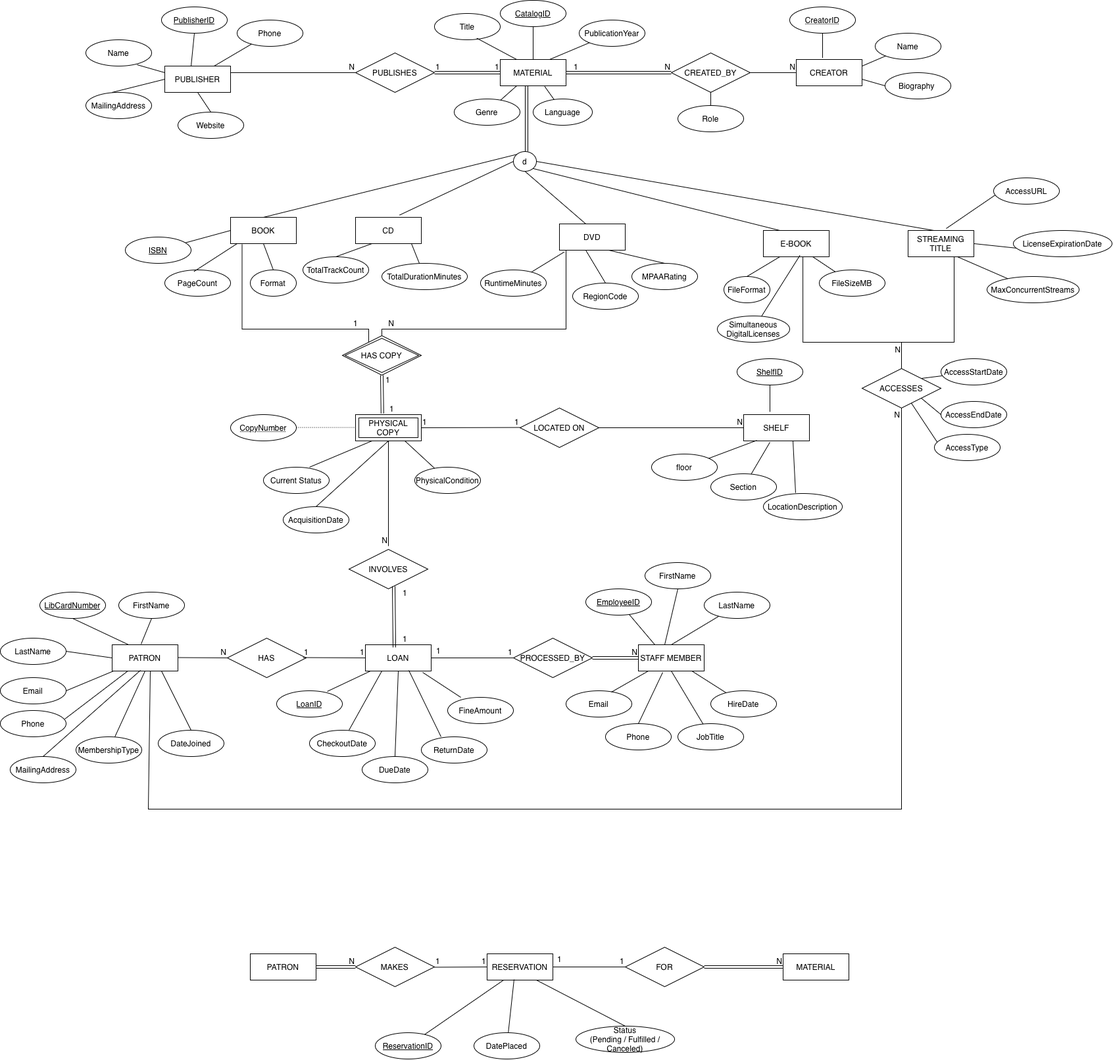
The draw.io diagram Untitled Diagram.drawio.png in nifemiolayiwola/ER-diagram, before a commit. Source tidied: cells renumbered, new cells last; positions are measured from the earlier drawing's top-left corner, leaving out a move shared by most shapes.
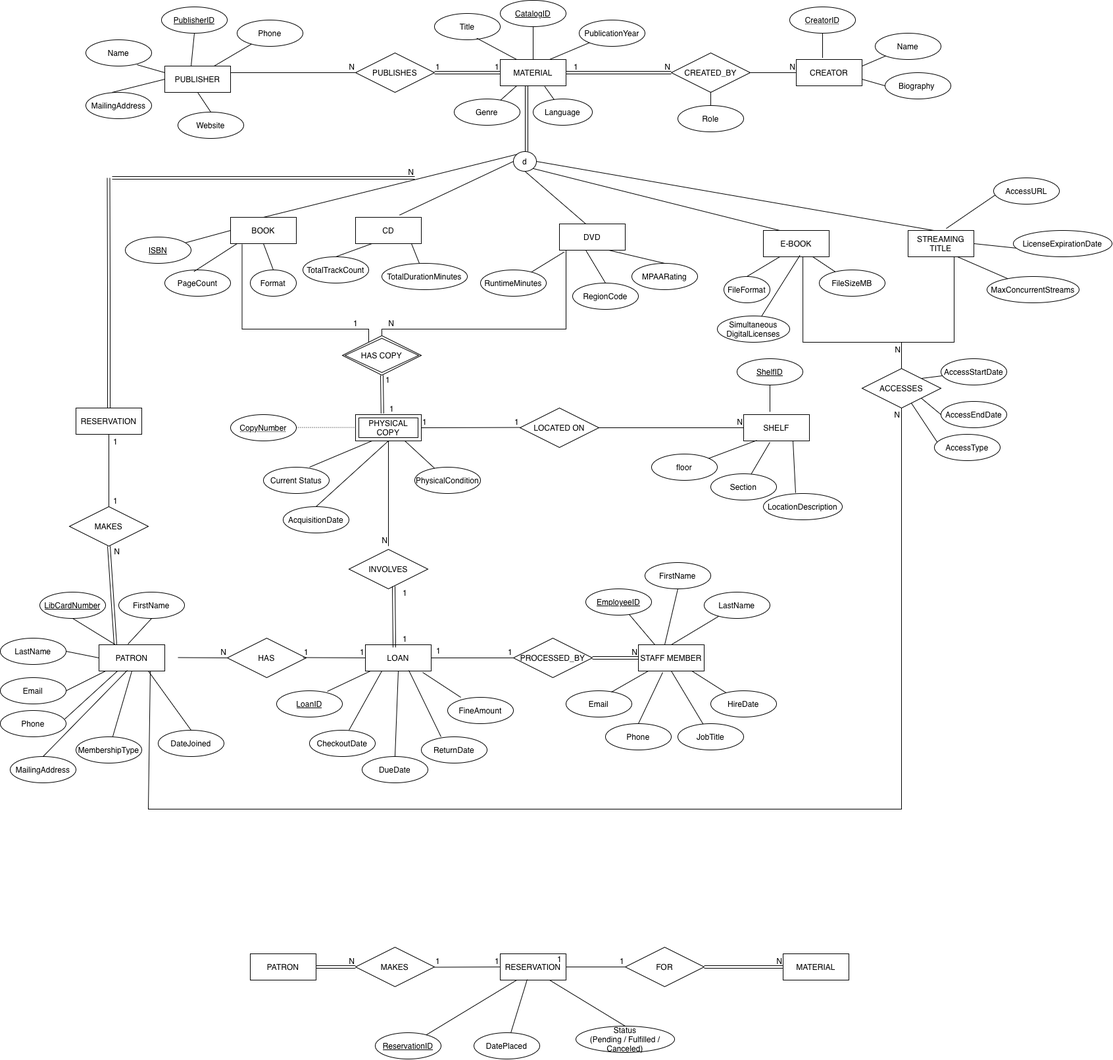
After the commit.

Diff of the diagram source:
```diff
@@ -433,7 +433,7 @@
       <mxGeometry x="380" y="1450" width="100" height="40" as="geometry" />
     </mxCell>
     <mxCell id="130" value="RESERVATION" style="whiteSpace=wrap;html=1;align=center;" parent="1" vertex="1">
-      <mxGeometry x="740" y="1450" width="100" height="40" as="geometry" />
+      <mxGeometry x="760" y="1450" width="100" height="40" as="geometry" />
     </mxCell>
     <mxCell id="131" value="MATERIAL" style="whiteSpace=wrap;html=1;align=center;" parent="1" vertex="1">
       <mxGeometry x="1190" y="1450" width="100" height="40" as="geometry" />
@@ -519,7 +519,7 @@
       <mxGeometry y="970" width="100" height="40" as="geometry" />
     </mxCell>
     <mxCell id="156" value="PATRON" style="whiteSpace=wrap;html=1;align=center;" parent="1" vertex="1">
-      <mxGeometry x="170" y="980" width="100" height="40" as="geometry" />
+      <mxGeometry x="150" y="980" width="100" height="40" as="geometry" />
     </mxCell>
     <mxCell id="157" value="LibCardNumber" style="ellipse;whiteSpace=wrap;html=1;align=center;fontStyle=4;" parent="1" vertex="1">
       <mxGeometry x="60" y="900" width="100" height="40" as="geometry" />
@@ -727,5 +727,42 @@
     <mxCell id="213" value="N" style="html=1;whiteSpace=wrap;align=right;verticalAlign=bottom;" parent="1" vertex="1">
       <mxGeometry x="1370" y="540" as="geometry" />
     </mxCell>
+    <mxCell id="214" value="MAKES" style="shape=rhombus;perimeter=rhombusPerimeter;whiteSpace=wrap;html=1;align=center;" parent="1" vertex="1">
+      <mxGeometry x="105" y="770" width="120" height="60" as="geometry" />
+    </mxCell>
+    <mxCell id="215" value="RESERVATION" style="whiteSpace=wrap;html=1;align=center;" parent="1" vertex="1">
+      <mxGeometry x="115" y="620" width="100" height="40" as="geometry" />
+    </mxCell>
+    <mxCell id="216" style="shape=link;html=1;rounded=0;edgeStyle=orthogonalEdgeStyle;exitX=0.5;exitY=0;exitDx=0;exitDy=0;" parent="1" edge="1" source="215">
+      <mxGeometry relative="1" as="geometry">
+        <mxPoint x="164.5" y="270" as="targetPoint" />
+      </mxGeometry>
+    </mxCell>
+    <mxCell id="217" style="shape=link;html=1;rounded=0;" parent="1" edge="1">
+      <mxGeometry relative="1" as="geometry">
+        <mxPoint x="170" y="270" as="sourcePoint" />
+        <mxPoint x="630" y="270" as="targetPoint" />
+      </mxGeometry>
+    </mxCell>
+    <mxCell id="218" value="N" style="html=1;whiteSpace=wrap;align=right;verticalAlign=bottom;" parent="217" vertex="1">
+      <mxGeometry x="1" relative="1" as="geometry" />
+    </mxCell>
+    <mxCell id="219" style="endArrow=none;html=1;rounded=0;entryX=0.5;entryY=1;entryDx=0;entryDy=0;" parent="1" edge="1" source="214" target="215">
+      <mxGeometry relative="1" as="geometry" />
+    </mxCell>
+    <mxCell id="220" value="1" style="html=1;whiteSpace=wrap;align=right;verticalAlign=bottom;" parent="1" vertex="1">
+      <mxGeometry x="180" y="770" as="geometry" />
+    </mxCell>
+    <mxCell id="221" value="1" style="html=1;whiteSpace=wrap;align=right;verticalAlign=bottom;" parent="1" vertex="1">
+      <mxGeometry x="180" y="680" as="geometry" />
+    </mxCell>
+    <mxCell id="222" style="shape=link;html=1;rounded=0;entryX=0.5;entryY=1;entryDx=0;entryDy=0;exitX=0.25;exitY=0;exitDx=0;exitDy=0;" parent="1" edge="1" source="156" target="214">
+      <mxGeometry relative="1" as="geometry" />
+    </mxCell>
+    <mxCell id="223" value="N" style="html=1;whiteSpace=wrap;align=right;verticalAlign=bottom;" parent="1" vertex="1">
+      <mxGeometry x="180" y="810" as="geometry">
+        <mxPoint x="3" y="37" as="offset" />
+      </mxGeometry>
+    </mxCell>
   </root>
 </mxGraphModel>
```
